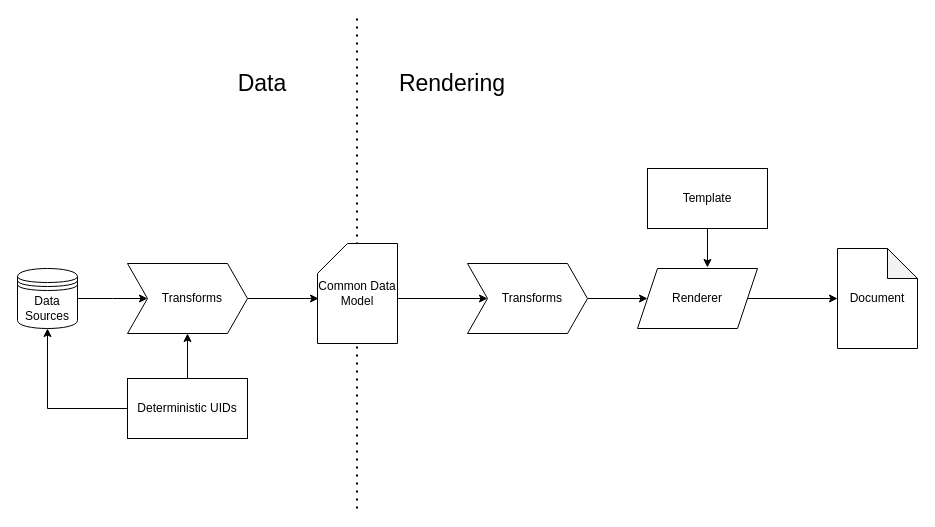
This is page "Overview" (1 of 4) of IR_Diagram.drawio from antonie-coetzee/libs, a draw.io file, before an edit. Source tidied: cells renumbered, new cells numbered last; positions are measured from the earlier drawing's top-left corner, leaving out a move shared by most shapes. Both pictures are drawn from the tidied source at 100%, with x=0, y=0 at pixel (17, 18).
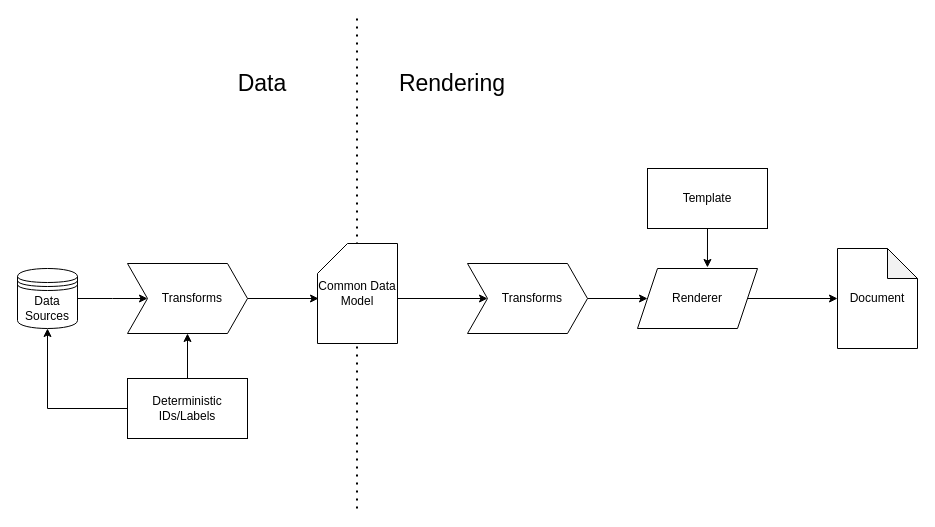
The same diagram, later.

What changed in the source:
```diff
@@
-    <mxCell id="10" value="Deterministic UIDs" style="rounded=0;whiteSpace=wrap;html=1;" parent="1" vertex="1">
+    <mxCell id="10" value="Deterministic IDs/Labels" style="rounded=0;whiteSpace=wrap;html=1;" parent="1" vertex="1">
       <mxGeometry x="110" y="360" width="120" height="60" as="geometry" />
     </mxCell>
```
